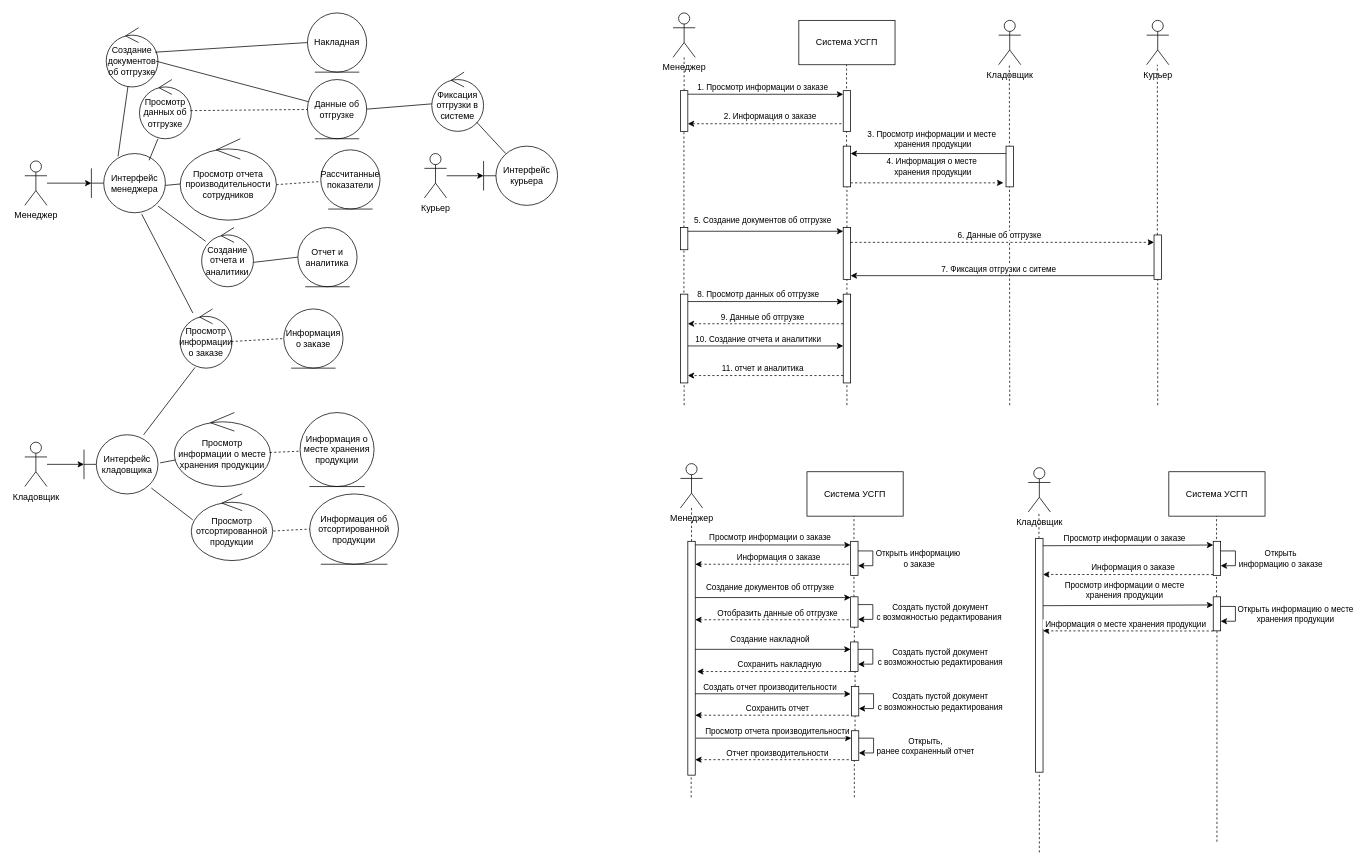
Earlier version of the draw.io diagram ОРТПС_4.drawio (mopsin666/AKMS). Source tidied: cells renumbered, new cells numbered last; positions are measured from the earlier drawing's top-left corner, leaving out a move shared by most shapes. Both pictures are drawn from the tidied source at 74%, with x=0, y=0 at pixel (24, 13).
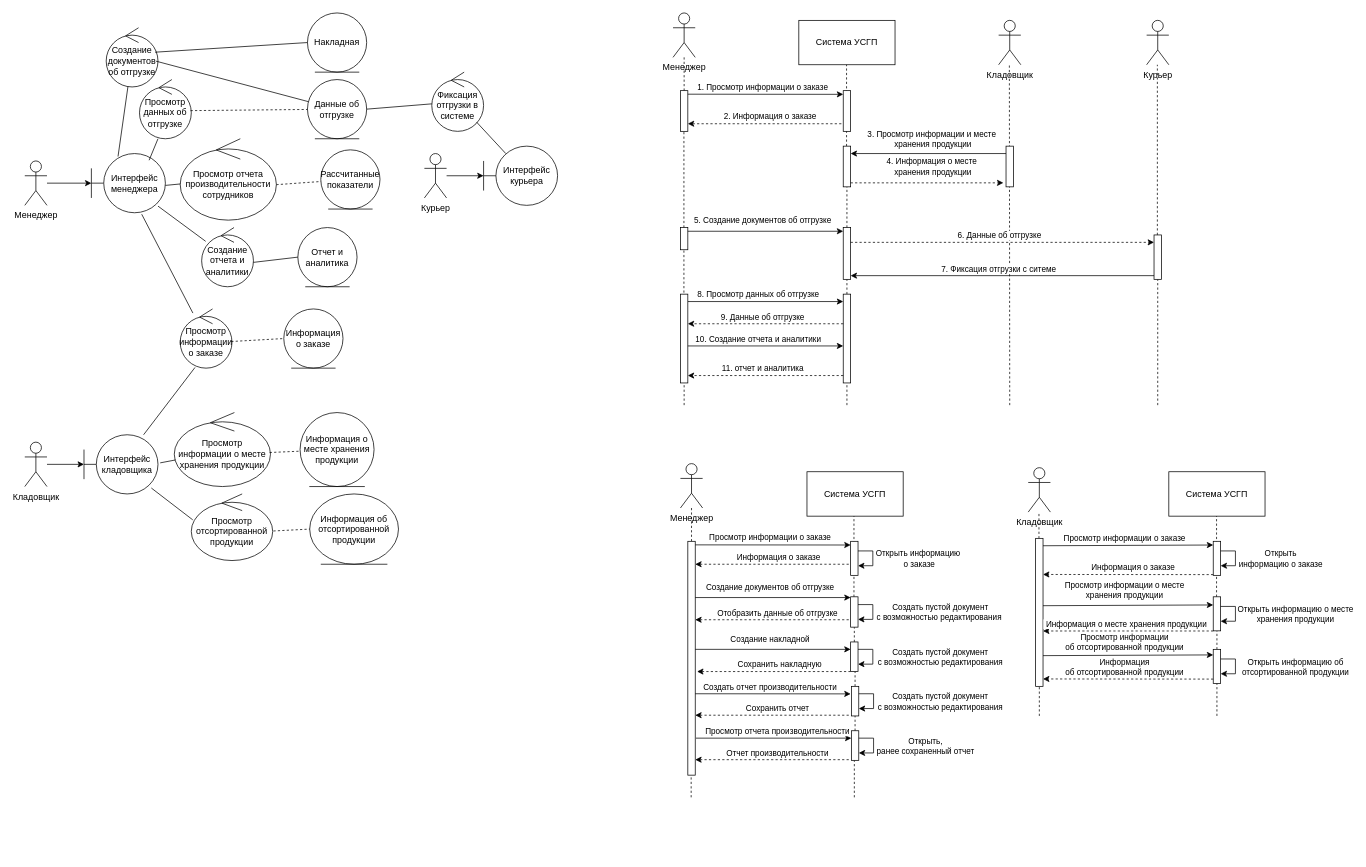
The same diagram, later.

Unchanged cells that the change refers to:
```xml
<mxCell id="151" style="html=1;points=[[0,0,0,0,5],[0,1,0,0,-5],[1,0,0,0,5],[1,1,0,0,-5]];perimeter=orthogonalPerimeter;outlineConnect=0;targetShapes=umlLifeline;portConstraint=eastwest;newEdgeStyle={&quot;curved&quot;:0,&quot;rounded&quot;:0};" parent="1" vertex="1">
  <mxGeometry x="1606" y="789" width="10" height="46" as="geometry" />
</mxCell>
```

Change to the diagram source:
```diff
@@
     <mxCell id="139" style="endArrow=none;dashed=1;html=1;rounded=0;" parent="1" edge="1" target="140">
       <mxGeometry relative="1" as="geometry">
-        <mxPoint x="1371" y="1134.5" as="sourcePoint" />
+        <mxPoint x="1371" y="950" as="sourcePoint" />
       </mxGeometry>
     </mxCell>
     <mxCell id="140" style="html=1;points=[[0,0,0,0,5],[0,1,0,0,-5],[1,0,0,0,5],[1,1,0,0,-5]];perimeter=orthogonalPerimeter;outlineConnect=0;targetShapes=umlLifeline;portConstraint=eastwest;newEdgeStyle={&quot;curved&quot;:0,&quot;rounded&quot;:0};" parent="1" vertex="1">
-      <mxGeometry x="1366" y="710" width="10" height="316" as="geometry" />
+      <mxGeometry x="1366" y="710" width="10" height="200" as="geometry" />
     </mxCell>
@@
-    <mxCell id="150" style="endArrow=none;dashed=1;html=1;rounded=0;" parent="1" edge="1" target="151">
-      <mxGeometry relative="1" as="geometry">
-        <mxPoint x="1611" y="1120" as="sourcePoint" />
-      </mxGeometry>
+    <mxCell id="150" style="endArrow=none;dashed=1;html=1;rounded=0;" parent="1" edge="1" source="159" target="151">
+      <mxGeometry relative="1" as="geometry" />
     </mxCell>
@@
-    <mxCell id="154" style="endArrow=classic;html=1;rounded=0;dashed=1;" parent="1" edge="1">
+    <mxCell id="154" style="endArrow=classic;html=1;rounded=0;dashed=1;" parent="1" edge="1" target="140">
       <mxGeometry relative="1" as="geometry">
         <mxPoint x="1606" y="835.2" as="sourcePoint" />
-        <mxPoint x="1376" y="835" as="targetPoint" />
       </mxGeometry>
     </mxCell>
@@
+    <mxCell id="156" style="endArrow=classic;html=1;rounded=0;entryX=0;entryY=0;entryDx=0;entryDy=5;entryPerimeter=0;" parent="1" edge="1">
+      <mxGeometry relative="1" as="geometry">
+        <mxPoint x="1376" y="868.5" as="sourcePoint" />
+        <mxPoint x="1606" y="867.5" as="targetPoint" />
+      </mxGeometry>
+    </mxCell>
+    <mxCell id="157" value="Просмотр информации &lt;br&gt;об отсортированной продукции" style="edgeLabel;html=1;align=center;verticalAlign=middle;" parent="156" vertex="1">
+      <mxGeometry x="-0.67" y="1" relative="1" as="geometry">
+        <mxPoint x="72" y="-17" as="offset" />
+      </mxGeometry>
+    </mxCell>
+    <mxCell id="158" style="endArrow=none;dashed=1;html=1;rounded=0;" parent="1" edge="1" target="159">
+      <mxGeometry relative="1" as="geometry">
+        <mxPoint x="1611" y="950" as="sourcePoint" />
+      </mxGeometry>
+    </mxCell>
+    <mxCell id="159" style="html=1;points=[[0,0,0,0,5],[0,1,0,0,-5],[1,0,0,0,5],[1,1,0,0,-5]];perimeter=orthogonalPerimeter;outlineConnect=0;targetShapes=umlLifeline;portConstraint=eastwest;newEdgeStyle={&quot;curved&quot;:0,&quot;rounded&quot;:0};" parent="1" vertex="1">
+      <mxGeometry x="1606" y="860" width="10" height="46" as="geometry" />
+    </mxCell>
+    <mxCell id="160" style="edgeStyle=orthogonalEdgeStyle;rounded=0;orthogonalLoop=1;jettySize=auto;html=1;curved=0;" parent="1" edge="1" source="159" target="159">
+      <mxGeometry relative="1" as="geometry" />
+    </mxCell>
+    <mxCell id="161" value="Открыть информацию об&lt;br&gt;отсортированной продукции" style="edgeLabel;html=1;align=center;verticalAlign=middle;" parent="160" vertex="1">
+      <mxGeometry x="0.53" relative="1" as="geometry">
+        <mxPoint x="86" y="-10" as="offset" />
+      </mxGeometry>
+    </mxCell>
+    <mxCell id="162" style="endArrow=classic;html=1;rounded=0;dashed=1;entryX=1;entryY=0.396;entryDx=0;entryDy=0;entryPerimeter=0;" parent="1" edge="1">
+      <mxGeometry relative="1" as="geometry">
+        <mxPoint x="1606" y="900.2" as="sourcePoint" />
+        <mxPoint x="1376" y="900" as="targetPoint" />
+      </mxGeometry>
+    </mxCell>
+    <mxCell id="163" value="Информация&lt;br&gt;об отсортированной продукции" style="edgeLabel;html=1;align=center;verticalAlign=middle;" parent="162" vertex="1">
+      <mxGeometry x="-0.67" y="1" relative="1" as="geometry">
+        <mxPoint x="-82" y="-18" as="offset" />
+      </mxGeometry>
+    </mxCell>
```
